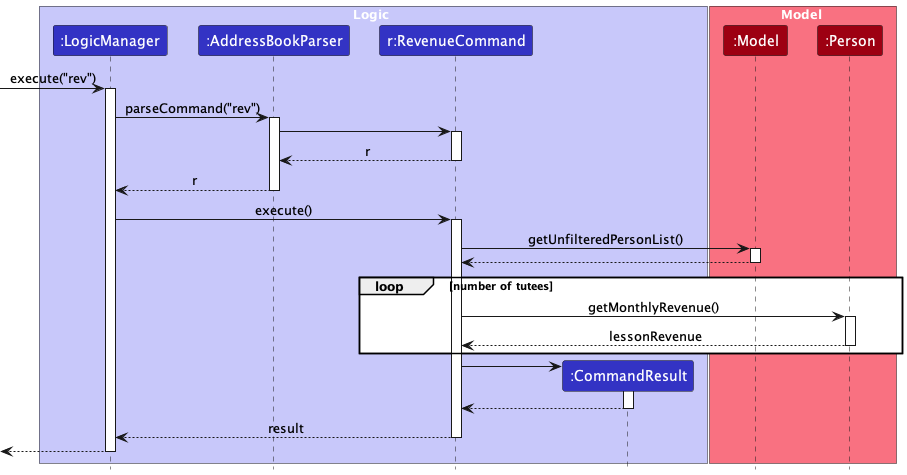
Earlier version of the PlantUML export docs/images/RevenueSequenceDiagram.png (nus-cs2103-AY2324S1/tp).
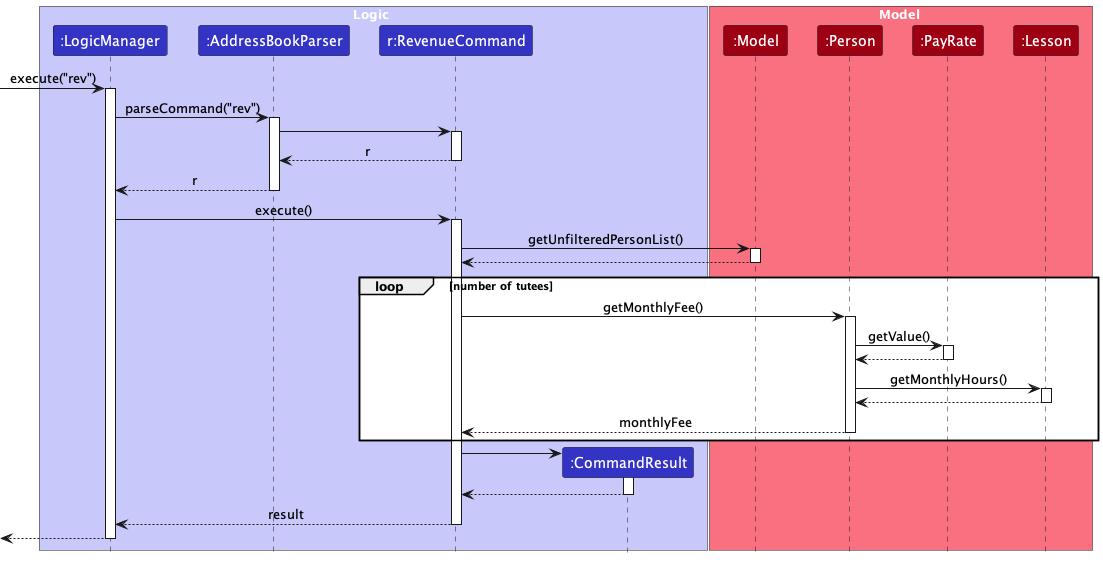
Later version of the same file.

The edit, as a diff of the source:
```diff
@@ -12,6 +12,8 @@
 box Model MODEL_COLOR_T1
 participant ":Model" as Model MODEL_COLOR
 participant ":Person" as Person MODEL_COLOR
+participant ":PayRate" as PayRate MODEL_COLOR
+participant ":Lesson" as Lesson MODEL_COLOR
 end box
 
 [-> LogicManager : execute("rev")
@@ -39,9 +41,17 @@
 deactivate Model
 
 loop number of tutees
-RevenueCommand -> Person : getMonthlyRevenue()
+RevenueCommand -> Person : getMonthlyFee()
 activate Person
-Person --> RevenueCommand : lessonRevenue
+Person -> PayRate : getValue()
+activate PayRate
+PayRate --> Person
+deactivate PayRate
+Person -> Lesson : getMonthlyHours()
+activate Lesson
+Lesson --> Person
+deactivate Lesson
+Person --> RevenueCommand : monthlyFee
 deactivate Person
 end
 
```
